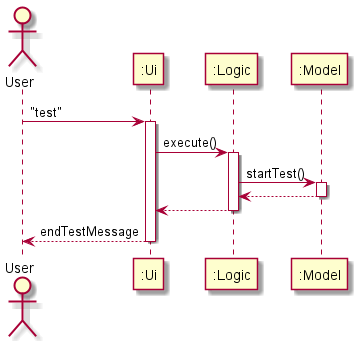
Earlier version of the PlantUML export docs/assets/TestSequenceDiagram.png (xkisxk/tp). Source of this version:
```plantuml
@startuml
actor "User" as User
participant ":Ui" as Ui
participant ":Logic" as Logic
participant ":Model" as Model

User -> Ui : "test"
activate Ui

Ui -> Logic : execute()
activate Logic

Logic -> Model : startTest()
activate Model

Model --> Logic
deactivate Model

Logic --> Ui
deactivate Logic

Ui --> User : endTestMessage
deactivate Ui

@enduml
```
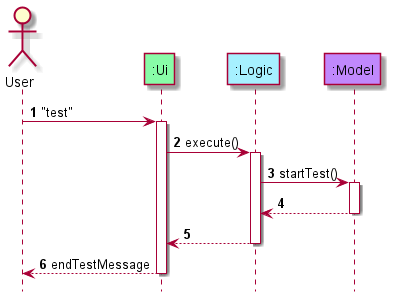
The same diagram one commit later.

The edit, as a diff of the source:
```diff
@@ -1,8 +1,12 @@
 @startuml
+!include style.puml
+autonumber
+hide footbox
+
 actor "User" as User
-participant ":Ui" as Ui
-participant ":Logic" as Logic
-participant ":Model" as Model
+participant ":Ui" as Ui uiCOLOUR
+participant ":Logic" as Logic logicCOLOUR
+participant ":Model" as Model modelCOLOUR
 
 User -> Ui : "test"
 activate Ui
```
